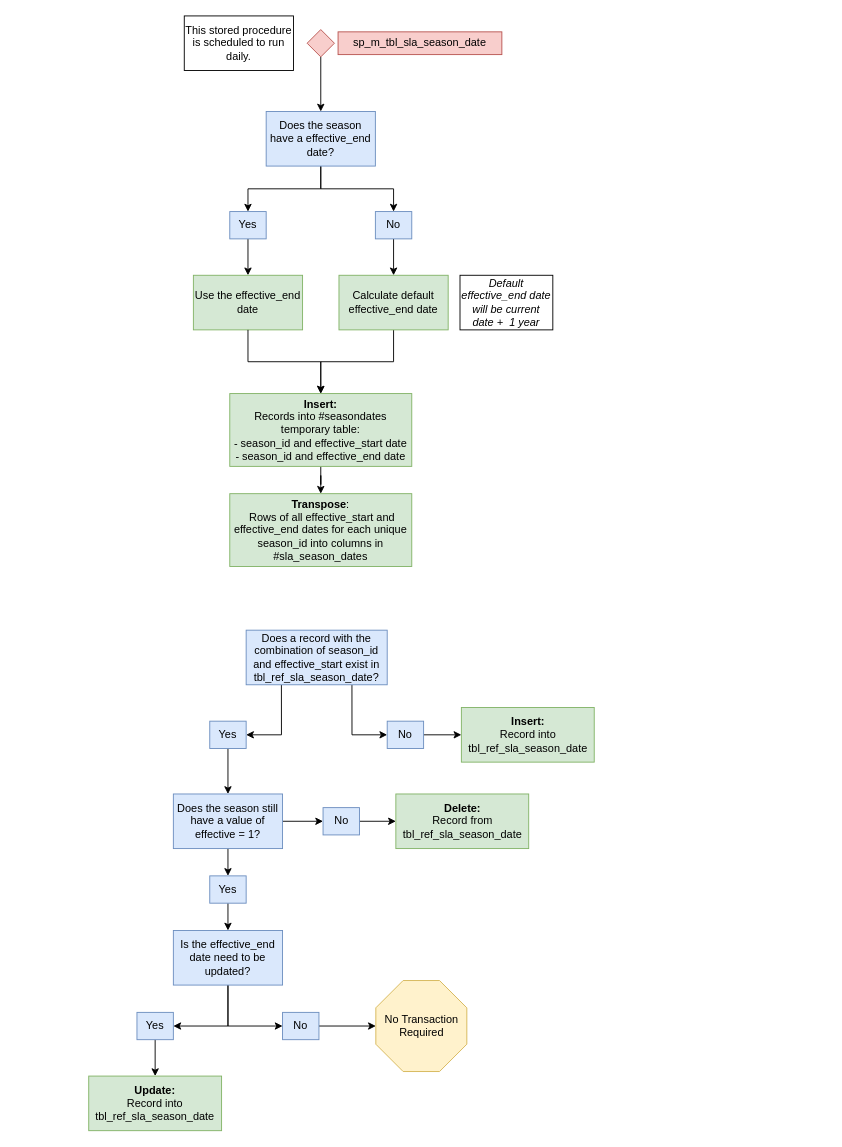
NYC-Parks/SLADB keeps this draw.io diagram as images/sp_m_tbl_sla_season_date.drawio. Above is the earlier version. Source tidied: cells renumbered, new cells numbered last; positions are measured from the earlier drawing's top-left corner, leaving out a move shared by most shapes. Both pictures are drawn from the tidied source at 91%, with x=0, y=0 at pixel (88, 15).
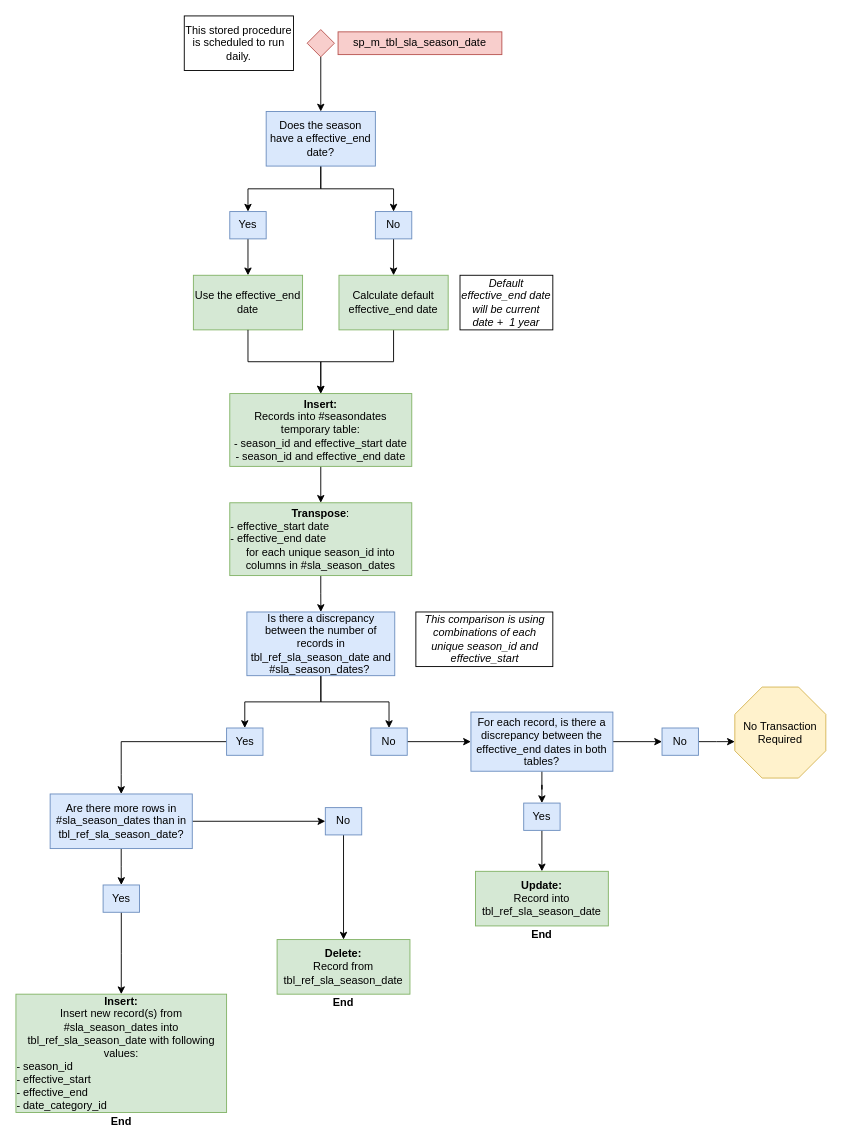
After the change.

The edit, as a diff of the source:
```diff
@@
+    <mxCell id="17" style="edgeStyle=orthogonalEdgeStyle;rounded=0;jettySize=auto;html=1;entryX=0;entryY=0.5;entryDx=0;entryDy=0;" parent="1" edge="1" source="18" target="28">
+      <mxGeometry relative="1" as="geometry" />
+    </mxCell>
-    <mxCell id="16" style="edgeStyle=orthogonalEdgeStyle;rounded=0;jettySize=auto;html=1;exitX=0.5;exitY=1;exitDx=0;exitDy=0;entryX=1;entryY=0.5;entryDx=0;entryDy=0;" parent="1" edge="1" source="18" target="30">
+    <mxCell id="16" style="edgeStyle=orthogonalEdgeStyle;rounded=0;jettySize=auto;html=1;entryX=0.5;entryY=0;entryDx=0;entryDy=0;" parent="1" edge="1" source="18" target="30">
       <mxGeometry relative="1" as="geometry" />
     </mxCell>
-    <mxCell id="17" style="edgeStyle=orthogonalEdgeStyle;rounded=0;jettySize=auto;html=1;exitX=0.5;exitY=1;exitDx=0;exitDy=0;entryX=0;entryY=0.5;entryDx=0;entryDy=0;" parent="1" edge="1" source="18" target="28">
-      <mxGeometry relative="1" as="geometry" />
-    </mxCell>
-    <mxCell id="18" value="Is the effective_end date need to be updated?" style="rounded=0;whiteSpace=wrap;html=1;fillColor=#dae8fc;strokeColor=#6c8ebf;" parent="1" vertex="1">
-      <mxGeometry x="93" y="1005" width="120" height="60" as="geometry" />
+    <mxCell id="18" value="For each record, is there a discrepancy between the effective_end dates in both tables?" style="rounded=0;whiteSpace=wrap;html=1;fillColor=#dae8fc;strokeColor=#6c8ebf;" parent="1" vertex="1">
+      <mxGeometry x="420" y="765" width="156" height="65" as="geometry" />
     </mxCell>
-    <mxCell id="19" value="&lt;b&gt;Insert:&lt;/b&gt;&lt;br&gt;Record into tbl_ref_sla_season_date" style="rounded=0;whiteSpace=wrap;html=1;fillColor=#d5e8d4;strokeColor=#82b366;" parent="1" vertex="1">
-      <mxGeometry x="409.5" y="760" width="146" height="60" as="geometry" />
+    <mxCell id="19" value="&lt;b&gt;Insert:&lt;/b&gt;&lt;br&gt;Insert new record(s) from #sla_season_dates into tbl_ref_sla_season_date with following values:&lt;br&gt;&lt;div style=&quot;text-align: left&quot;&gt;&lt;span&gt;- season_id&lt;/span&gt;&lt;/div&gt;&lt;div style=&quot;text-align: left&quot;&gt;&lt;span&gt;- effective_start&lt;/span&gt;&lt;/div&gt;&lt;div style=&quot;text-align: left&quot;&gt;&lt;span&gt;- effective_end&lt;/span&gt;&lt;/div&gt;&lt;div style=&quot;text-align: left&quot;&gt;&lt;span&gt;- date_category_id&lt;/span&gt;&lt;/div&gt;" style="rounded=0;whiteSpace=wrap;html=1;fillColor=#d5e8d4;strokeColor=#82b366;" parent="1" vertex="1">
+      <mxGeometry x="-80" y="1075" width="231.5" height="130" as="geometry" />
     </mxCell>
-    <mxCell id="20" style="edgeStyle=orthogonalEdgeStyle;rounded=0;jettySize=auto;html=1;exitX=0.25;exitY=1;exitDx=0;exitDy=0;entryX=1;entryY=0.5;entryDx=0;entryDy=0;" parent="1" edge="1" source="22" target="24">
-      <mxGeometry relative="1" as="geometry" />
-    </mxCell>
-    <mxCell id="21" style="edgeStyle=orthogonalEdgeStyle;rounded=0;jettySize=auto;html=1;exitX=0.75;exitY=1;exitDx=0;exitDy=0;entryX=0;entryY=0.5;entryDx=0;entryDy=0;" parent="1" edge="1" source="22" target="26">
+    <mxCell id="21" style="edgeStyle=orthogonalEdgeStyle;rounded=0;jettySize=auto;html=1;exitX=0.5;exitY=1;exitDx=0;exitDy=0;entryX=0.5;entryY=0;entryDx=0;entryDy=0;" parent="1" edge="1" source="22" target="26">
       <mxGeometry relative="1" as="geometry" />
     </mxCell>
+    <mxCell id="47" style="edgeStyle=orthogonalEdgeStyle;rounded=0;jettySize=auto;html=1;entryX=0.5;entryY=0;entryDx=0;entryDy=0;" parent="1" edge="1" source="22" target="37">
+      <mxGeometry relative="1" as="geometry" />
+    </mxCell>
-    <mxCell id="22" value="Does a record with the combination of season_id and effective_start exist in tbl_ref_sla_season_date?" style="rounded=0;whiteSpace=wrap;html=1;fillColor=#dae8fc;strokeColor=#6c8ebf;" parent="1" vertex="1">
-      <mxGeometry x="173" y="675" width="155" height="60" as="geometry" />
+    <mxCell id="22" value="Is there a discrepancy between the number of records in tbl_ref_sla_season_date and #sla_season_dates?&amp;nbsp;" style="rounded=0;whiteSpace=wrap;html=1;fillColor=#dae8fc;strokeColor=#6c8ebf;" parent="1" vertex="1">
+      <mxGeometry x="173.8" y="655" width="162.5" height="70" as="geometry" />
     </mxCell>
-    <mxCell id="23" style="edgeStyle=orthogonalEdgeStyle;rounded=0;jettySize=auto;html=1;exitX=0.5;exitY=1;exitDx=0;exitDy=0;" parent="1" edge="1" source="24" target="35">
+    <mxCell id="23" style="edgeStyle=orthogonalEdgeStyle;rounded=0;jettySize=auto;html=1;exitX=0.5;exitY=1;exitDx=0;exitDy=0;entryX=0.5;entryY=0;entryDx=0;entryDy=0;" parent="1" edge="1" source="24" target="32">
       <mxGeometry relative="1" as="geometry" />
     </mxCell>
-    <mxCell id="24" value="Yes" style="rounded=0;whiteSpace=wrap;html=1;fillColor=#dae8fc;strokeColor=#6c8ebf;" parent="1" vertex="1">
-      <mxGeometry x="133" y="775" width="40" height="30" as="geometry" />
+    <mxCell id="24" value="No" style="rounded=0;whiteSpace=wrap;html=1;fillColor=#dae8fc;strokeColor=#6c8ebf;" parent="1" vertex="1">
+      <mxGeometry x="260" y="870" width="40" height="30" as="geometry" />
     </mxCell>
-    <mxCell id="25" style="edgeStyle=orthogonalEdgeStyle;rounded=0;jettySize=auto;html=1;exitX=1;exitY=0.5;exitDx=0;exitDy=0;" parent="1" edge="1" source="26" target="19">
-      <mxGeometry relative="1" as="geometry" />
-    </mxCell>
+    <mxCell id="48" style="edgeStyle=orthogonalEdgeStyle;rounded=0;jettySize=auto;html=1;entryX=0.5;entryY=0;entryDx=0;entryDy=0;" parent="1" edge="1" source="26" target="53">
+      <mxGeometry relative="1" as="geometry" />
+    </mxCell>
-    <mxCell id="26" value="No" style="rounded=0;whiteSpace=wrap;html=1;fillColor=#dae8fc;strokeColor=#6c8ebf;" parent="1" vertex="1">
-      <mxGeometry x="328" y="775" width="40" height="30" as="geometry" />
+    <mxCell id="26" value="Yes" style="rounded=0;whiteSpace=wrap;html=1;fillColor=#dae8fc;strokeColor=#6c8ebf;" parent="1" vertex="1">
+      <mxGeometry x="151.5" y="782.5" width="40" height="30" as="geometry" />
     </mxCell>
-    <mxCell id="27" style="edgeStyle=orthogonalEdgeStyle;rounded=0;jettySize=auto;html=1;exitX=1;exitY=0.5;exitDx=0;exitDy=0;entryX=0;entryY=0.5;entryDx=0;entryDy=0;entryPerimeter=0;" parent="1" edge="1" source="28" target="40">
-      <mxGeometry relative="1" as="geometry" />
+    <mxCell id="27" style="edgeStyle=orthogonalEdgeStyle;rounded=0;jettySize=auto;html=1;exitX=1;exitY=0.5;exitDx=0;exitDy=0;entryX=0;entryY=0.5;entryDx=0;entryDy=0;entryPerimeter=0;" parent="1" edge="1" source="28">
+      <mxGeometry relative="1" as="geometry">
+        <mxPoint x="710" y="797.5" as="targetPoint" />
+      </mxGeometry>
     </mxCell>
     <mxCell id="28" value="No" style="rounded=0;whiteSpace=wrap;html=1;fillColor=#dae8fc;strokeColor=#6c8ebf;" parent="1" vertex="1">
-      <mxGeometry x="213" y="1095" width="40" height="30" as="geometry" />
+      <mxGeometry x="630" y="782.5" width="40" height="30" as="geometry" />
     </mxCell>
@@
     <mxCell id="30" value="Yes" style="rounded=0;whiteSpace=wrap;html=1;fillColor=#dae8fc;strokeColor=#6c8ebf;" parent="1" vertex="1">
-      <mxGeometry x="53" y="1095" width="40" height="30" as="geometry" />
+      <mxGeometry x="478" y="865" width="40" height="30" as="geometry" />
     </mxCell>
     <mxCell id="31" value="&lt;b&gt;Update:&lt;/b&gt;&lt;br&gt;Record into tbl_ref_sla_season_date" style="rounded=0;whiteSpace=wrap;html=1;fillColor=#d5e8d4;strokeColor=#82b366;" parent="1" vertex="1">
-      <mxGeometry y="1165" width="146" height="60" as="geometry" />
+      <mxGeometry x="425" y="940" width="146" height="60" as="geometry" />
     </mxCell>
     <mxCell id="32" value="&lt;b&gt;Delete:&lt;/b&gt;&lt;br&gt;Record from tbl_ref_sla_season_date" style="rounded=0;whiteSpace=wrap;html=1;fillColor=#d5e8d4;strokeColor=#82b366;" parent="1" vertex="1">
-      <mxGeometry x="337.5" y="855" width="146" height="60" as="geometry" />
+      <mxGeometry x="207" y="1015" width="146" height="60" as="geometry" />
     </mxCell>
-    <mxCell id="33" style="edgeStyle=orthogonalEdgeStyle;rounded=0;jettySize=auto;html=1;exitX=1;exitY=0.5;exitDx=0;exitDy=0;entryX=0;entryY=0.5;entryDx=0;entryDy=0;" parent="1" edge="1" source="35" target="37">
-      <mxGeometry relative="1" as="geometry" />
-    </mxCell>
-    <mxCell id="34" style="edgeStyle=orthogonalEdgeStyle;rounded=0;jettySize=auto;html=1;exitX=0.5;exitY=1;exitDx=0;exitDy=0;entryX=0.5;entryY=0;entryDx=0;entryDy=0;" parent="1" edge="1" source="35" target="39">
-      <mxGeometry relative="1" as="geometry" />
-    </mxCell>
-    <mxCell id="35" value="Does the season still have a value of effective = 1?" style="rounded=0;whiteSpace=wrap;html=1;fillColor=#dae8fc;strokeColor=#6c8ebf;" parent="1" vertex="1">
-      <mxGeometry x="93" y="855" width="120" height="60" as="geometry" />
-    </mxCell>
-    <mxCell id="36" style="edgeStyle=orthogonalEdgeStyle;rounded=0;jettySize=auto;html=1;exitX=1;exitY=0.5;exitDx=0;exitDy=0;" parent="1" edge="1" source="37" target="32">
-      <mxGeometry relative="1" as="geometry" />
-    </mxCell>
-    <mxCell id="37" value="No" style="rounded=0;whiteSpace=wrap;html=1;fillColor=#dae8fc;strokeColor=#6c8ebf;" parent="1" vertex="1">
-      <mxGeometry x="257.5" y="870" width="40" height="30" as="geometry" />
-    </mxCell>
-    <mxCell id="38" style="edgeStyle=orthogonalEdgeStyle;rounded=0;jettySize=auto;html=1;exitX=0.5;exitY=1;exitDx=0;exitDy=0;entryX=0.5;entryY=0;entryDx=0;entryDy=0;" parent="1" edge="1" source="39" target="18">
-      <mxGeometry relative="1" as="geometry" />
-    </mxCell>
-    <mxCell id="39" value="Yes" style="rounded=0;whiteSpace=wrap;html=1;fillColor=#dae8fc;strokeColor=#6c8ebf;" parent="1" vertex="1">
-      <mxGeometry x="133" y="945" width="40" height="30" as="geometry" />
-    </mxCell>
     <mxCell id="40" value="No Transaction Required" style="whiteSpace=wrap;html=1;shape=mxgraph.basic.octagon2;align=center;verticalAlign=middle;dx=15;fillColor=#fff2cc;strokeColor=#d6b656;" parent="1" vertex="1">
-      <mxGeometry x="315.5" y="1060" width="100" height="100" as="geometry" />
+      <mxGeometry x="710" y="737.5" width="100" height="100" as="geometry" />
     </mxCell>
@@
+    <mxCell id="49" style="edgeStyle=orthogonalEdgeStyle;rounded=0;jettySize=auto;html=1;" parent="1" edge="1" source="45" target="22">
+      <mxGeometry relative="1" as="geometry" />
+    </mxCell>
-    <mxCell id="45" value="&lt;b&gt;Transpose&lt;/b&gt;:&lt;br&gt;&amp;nbsp;Rows of all effective_start and effective_end dates for each unique season_id into columns in #sla_season_dates" style="rounded=0;whiteSpace=wrap;html=1;fillColor=#d5e8d4;strokeColor=#82b366;" parent="1" vertex="1">
-      <mxGeometry x="155" y="525" width="200" height="80" as="geometry" />
+    <mxCell id="45" value="&lt;b&gt;Transpose&lt;/b&gt;:&lt;br&gt;&lt;div style=&quot;text-align: left&quot;&gt;&lt;span&gt;- effective_start date&lt;/span&gt;&lt;/div&gt;&lt;div style=&quot;text-align: left&quot;&gt;&lt;span&gt;- effective_end date&lt;/span&gt;&lt;/div&gt;&lt;div&gt;&lt;span&gt;for each unique season_id into columns in #sla_season_dates&lt;/span&gt;&lt;/div&gt;" style="rounded=0;whiteSpace=wrap;html=1;fillColor=#d5e8d4;strokeColor=#82b366;" parent="1" vertex="1">
+      <mxGeometry x="155" y="535" width="200" height="80" as="geometry" />
     </mxCell>
@@
+    <mxCell id="50" value="&lt;i&gt;This comparison is using combinations of each unique season_id and effective_start&lt;/i&gt;" style="rounded=0;whiteSpace=wrap;html=1;fillColor=none;" parent="1" vertex="1">
+      <mxGeometry x="359.5" y="655" width="150.5" height="60" as="geometry" />
+    </mxCell>
+    <mxCell id="51" style="edgeStyle=orthogonalEdgeStyle;rounded=0;jettySize=auto;html=1;entryX=0.5;entryY=0;entryDx=0;entryDy=0;" parent="1" edge="1" source="53" target="39">
+      <mxGeometry relative="1" as="geometry" />
+    </mxCell>
+    <mxCell id="52" style="edgeStyle=orthogonalEdgeStyle;rounded=0;jettySize=auto;html=1;entryX=0;entryY=0.5;entryDx=0;entryDy=0;" parent="1" edge="1" source="53" target="24">
+      <mxGeometry relative="1" as="geometry" />
+    </mxCell>
+    <mxCell id="53" value="Are there more rows in #sla_season_dates than in tbl_ref_sla_season_date?" style="rounded=0;whiteSpace=wrap;html=1;fillColor=#dae8fc;strokeColor=#6c8ebf;" parent="1" vertex="1">
+      <mxGeometry x="-42.4" y="855" width="156.2" height="60" as="geometry" />
+    </mxCell>
+    <mxCell id="54" style="edgeStyle=orthogonalEdgeStyle;rounded=0;jettySize=auto;html=1;entryX=0.5;entryY=0;entryDx=0;entryDy=0;" parent="1" edge="1" source="39" target="19">
+      <mxGeometry relative="1" as="geometry" />
+    </mxCell>
+    <mxCell id="39" value="Yes" style="rounded=0;whiteSpace=wrap;html=1;fillColor=#dae8fc;strokeColor=#6c8ebf;" parent="1" vertex="1">
+      <mxGeometry x="15.8" y="955" width="40" height="30" as="geometry" />
+    </mxCell>
+    <mxCell id="55" style="edgeStyle=orthogonalEdgeStyle;rounded=0;jettySize=auto;html=1;entryX=0;entryY=0.5;entryDx=0;entryDy=0;" parent="1" edge="1" source="37" target="18">
+      <mxGeometry relative="1" as="geometry" />
+    </mxCell>
+    <mxCell id="37" value="No" style="rounded=0;whiteSpace=wrap;html=1;fillColor=#dae8fc;strokeColor=#6c8ebf;" parent="1" vertex="1">
+      <mxGeometry x="310" y="782.5" width="40" height="30" as="geometry" />
+    </mxCell>
+    <mxCell id="56" value="End" style="text;html=1;strokeColor=none;fillColor=none;align=center;verticalAlign=middle;whiteSpace=wrap;rounded=0;fontStyle=1;" parent="1" vertex="1">
+      <mxGeometry x="260" y="1075" width="40" height="20" as="geometry" />
+    </mxCell>
+    <mxCell id="57" value="End" style="text;html=1;strokeColor=none;fillColor=none;align=center;verticalAlign=middle;whiteSpace=wrap;rounded=0;fontStyle=1;" parent="1" vertex="1">
+      <mxGeometry x="15.7" y="1205" width="40" height="20" as="geometry" />
+    </mxCell>
+    <mxCell id="58" value="End" style="text;html=1;strokeColor=none;fillColor=none;align=center;verticalAlign=middle;whiteSpace=wrap;rounded=0;fontStyle=1;" parent="1" vertex="1">
+      <mxGeometry x="478" y="1000" width="40" height="20" as="geometry" />
+    </mxCell>
```
